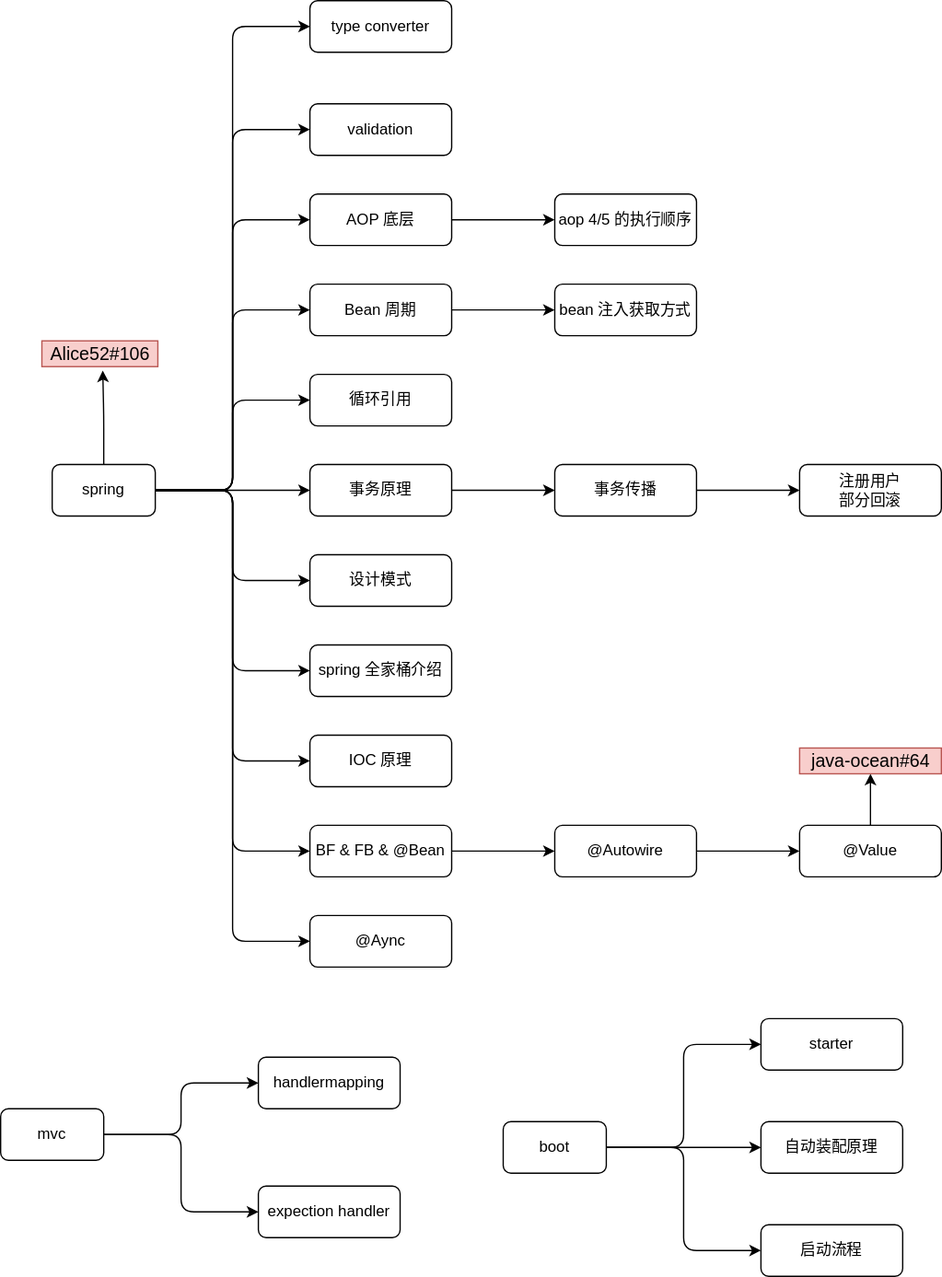
Alice52/diagrams keeps this draw.io diagram as diagrams/java/ee/00.overview.svg. Above is the earlier version. Source tidied: cells renumbered, new cells last; positions are measured from the earlier drawing's top-left corner, leaving out a move shared by most shapes. Source of this version:
```xml
<mxGraphModel>
  <root>
    <mxCell id="0" />
    <mxCell id="1" parent="0" />
    <mxCell id="2" style="edgeStyle=orthogonalEdgeStyle;rounded=1;jettySize=auto;html=1;entryX=0;entryY=0.5;entryDx=0;entryDy=0;" parent="1" edge="1" source="14" target="15">
      <mxGeometry relative="1" as="geometry" />
    </mxCell>
    <mxCell id="3" style="edgeStyle=orthogonalEdgeStyle;rounded=1;jettySize=auto;html=1;entryX=0;entryY=0.5;entryDx=0;entryDy=0;" parent="1" edge="1" source="14" target="16">
      <mxGeometry relative="1" as="geometry" />
    </mxCell>
    <mxCell id="4" style="edgeStyle=orthogonalEdgeStyle;rounded=1;jettySize=auto;html=1;entryX=0;entryY=0.5;entryDx=0;entryDy=0;" parent="1" edge="1" source="14" target="18">
      <mxGeometry relative="1" as="geometry" />
    </mxCell>
    <mxCell id="5" style="edgeStyle=orthogonalEdgeStyle;rounded=1;jettySize=auto;html=1;entryX=0;entryY=0.5;entryDx=0;entryDy=0;" parent="1" edge="1" source="14" target="20">
      <mxGeometry relative="1" as="geometry" />
    </mxCell>
    <mxCell id="6" style="edgeStyle=orthogonalEdgeStyle;rounded=1;jettySize=auto;html=1;entryX=0;entryY=0.5;entryDx=0;entryDy=0;" parent="1" edge="1" source="14" target="21">
      <mxGeometry relative="1" as="geometry" />
    </mxCell>
    <mxCell id="7" style="edgeStyle=orthogonalEdgeStyle;rounded=1;jettySize=auto;html=1;entryX=0;entryY=0.5;entryDx=0;entryDy=0;" parent="1" edge="1" source="14" target="23">
      <mxGeometry relative="1" as="geometry" />
    </mxCell>
    <mxCell id="8" style="edgeStyle=orthogonalEdgeStyle;rounded=1;jettySize=auto;html=1;entryX=0;entryY=0.5;entryDx=0;entryDy=0;" parent="1" edge="1" source="14" target="24">
      <mxGeometry relative="1" as="geometry" />
    </mxCell>
    <mxCell id="9" style="edgeStyle=orthogonalEdgeStyle;rounded=1;jettySize=auto;html=1;entryX=0;entryY=0.5;entryDx=0;entryDy=0;" parent="1" edge="1" source="14" target="25">
      <mxGeometry relative="1" as="geometry" />
    </mxCell>
    <mxCell id="10" style="edgeStyle=orthogonalEdgeStyle;rounded=1;jettySize=auto;html=1;entryX=0;entryY=0.5;entryDx=0;entryDy=0;" parent="1" edge="1" source="14" target="26">
      <mxGeometry relative="1" as="geometry" />
    </mxCell>
    <mxCell id="11" style="edgeStyle=orthogonalEdgeStyle;rounded=1;jettySize=auto;html=1;entryX=0;entryY=0.5;entryDx=0;entryDy=0;" parent="1" edge="1" source="14" target="28">
      <mxGeometry relative="1" as="geometry" />
    </mxCell>
    <mxCell id="12" style="edgeStyle=orthogonalEdgeStyle;rounded=1;jettySize=auto;html=1;entryX=0.525;entryY=1.15;entryDx=0;entryDy=0;entryPerimeter=0;" parent="1" edge="1" source="14" target="39">
      <mxGeometry relative="1" as="geometry" />
    </mxCell>
    <mxCell id="13" style="edgeStyle=orthogonalEdgeStyle;rounded=1;jettySize=auto;html=1;entryX=0;entryY=0.5;entryDx=0;entryDy=0;" parent="1" edge="1" source="14" target="40">
      <mxGeometry relative="1" as="geometry" />
    </mxCell>
    <mxCell id="14" value="spring" style="rounded=1;whiteSpace=wrap;html=1;" parent="1" vertex="1">
      <mxGeometry x="40" y="360" width="80" height="40" as="geometry" />
    </mxCell>
    <mxCell id="15" value="type converter" style="rounded=1;whiteSpace=wrap;html=1;" parent="1" vertex="1">
      <mxGeometry x="240" width="110" height="40" as="geometry" />
    </mxCell>
    <mxCell id="16" value="validation" style="rounded=1;whiteSpace=wrap;html=1;" parent="1" vertex="1">
      <mxGeometry x="240" y="80" width="110" height="40" as="geometry" />
    </mxCell>
    <mxCell id="17" style="edgeStyle=orthogonalEdgeStyle;rounded=1;jettySize=auto;html=1;" parent="1" edge="1" source="18" target="31">
      <mxGeometry relative="1" as="geometry" />
    </mxCell>
    <mxCell id="18" value="AOP 底层" style="rounded=1;whiteSpace=wrap;html=1;" parent="1" vertex="1">
      <mxGeometry x="240" y="150" width="110" height="40" as="geometry" />
    </mxCell>
    <mxCell id="19" style="edgeStyle=orthogonalEdgeStyle;rounded=0;jettySize=auto;html=1;" parent="1" edge="1" source="20" target="41">
      <mxGeometry relative="1" as="geometry" />
    </mxCell>
    <mxCell id="20" value="Bean 周期" style="rounded=1;whiteSpace=wrap;html=1;" parent="1" vertex="1">
      <mxGeometry x="240" y="220" width="110" height="40" as="geometry" />
    </mxCell>
    <mxCell id="21" value="循环引用" style="rounded=1;whiteSpace=wrap;html=1;" parent="1" vertex="1">
      <mxGeometry x="240" y="290" width="110" height="40" as="geometry" />
    </mxCell>
    <mxCell id="22" style="edgeStyle=orthogonalEdgeStyle;rounded=0;jettySize=auto;html=1;" parent="1" edge="1" source="23" target="30">
      <mxGeometry relative="1" as="geometry" />
    </mxCell>
    <mxCell id="23" value="事务原理" style="rounded=1;whiteSpace=wrap;html=1;" parent="1" vertex="1">
      <mxGeometry x="240" y="360" width="110" height="40" as="geometry" />
    </mxCell>
    <mxCell id="24" value="设计模式" style="rounded=1;whiteSpace=wrap;html=1;" parent="1" vertex="1">
      <mxGeometry x="240" y="430" width="110" height="40" as="geometry" />
    </mxCell>
    <mxCell id="25" value="spring 全家桶介绍" style="rounded=1;whiteSpace=wrap;html=1;" parent="1" vertex="1">
      <mxGeometry x="240" y="500" width="110" height="40" as="geometry" />
    </mxCell>
    <mxCell id="26" value="IOC 原理" style="rounded=1;whiteSpace=wrap;html=1;" parent="1" vertex="1">
      <mxGeometry x="240" y="570" width="110" height="40" as="geometry" />
    </mxCell>
    <mxCell id="27" style="edgeStyle=orthogonalEdgeStyle;rounded=0;jettySize=auto;html=1;" parent="1" edge="1" source="28" target="43">
      <mxGeometry relative="1" as="geometry" />
    </mxCell>
    <mxCell id="28" value="BF &amp;amp; FB &amp;amp; @Bean" style="rounded=1;whiteSpace=wrap;html=1;" parent="1" vertex="1">
      <mxGeometry x="240" y="640" width="110" height="40" as="geometry" />
    </mxCell>
    <mxCell id="29" style="edgeStyle=orthogonalEdgeStyle;rounded=1;jettySize=auto;html=1;" parent="1" edge="1" source="30" target="49">
      <mxGeometry relative="1" as="geometry" />
    </mxCell>
    <mxCell id="30" value="事务传播" style="rounded=1;whiteSpace=wrap;html=1;" parent="1" vertex="1">
      <mxGeometry x="430" y="360" width="110" height="40" as="geometry" />
    </mxCell>
    <mxCell id="31" value="aop 4/5 的执行顺序" style="rounded=1;whiteSpace=wrap;html=1;" parent="1" vertex="1">
      <mxGeometry x="430" y="150" width="110" height="40" as="geometry" />
    </mxCell>
    <mxCell id="32" style="edgeStyle=orthogonalEdgeStyle;rounded=1;jettySize=auto;html=1;entryX=0;entryY=0.5;entryDx=0;entryDy=0;" parent="1" edge="1" source="35" target="36">
      <mxGeometry relative="1" as="geometry" />
    </mxCell>
    <mxCell id="33" style="edgeStyle=orthogonalEdgeStyle;rounded=1;jettySize=auto;html=1;entryX=0;entryY=0.5;entryDx=0;entryDy=0;" parent="1" edge="1" source="35" target="37">
      <mxGeometry relative="1" as="geometry" />
    </mxCell>
    <mxCell id="34" style="edgeStyle=orthogonalEdgeStyle;rounded=1;jettySize=auto;html=1;entryX=0;entryY=0.5;entryDx=0;entryDy=0;" parent="1" edge="1" source="35" target="38">
      <mxGeometry relative="1" as="geometry" />
    </mxCell>
    <mxCell id="35" value="boot" style="rounded=1;whiteSpace=wrap;html=1;" parent="1" vertex="1">
      <mxGeometry x="390" y="870" width="80" height="40" as="geometry" />
    </mxCell>
    <mxCell id="36" value="starter" style="rounded=1;whiteSpace=wrap;html=1;" parent="1" vertex="1">
      <mxGeometry x="590" y="790" width="110" height="40" as="geometry" />
    </mxCell>
    <mxCell id="37" value="自动装配原理" style="rounded=1;whiteSpace=wrap;html=1;" parent="1" vertex="1">
      <mxGeometry x="590" y="870" width="110" height="40" as="geometry" />
    </mxCell>
    <mxCell id="38" value="启动流程" style="rounded=1;whiteSpace=wrap;html=1;" parent="1" vertex="1">
      <mxGeometry x="590" y="950" width="110" height="40" as="geometry" />
    </mxCell>
    <mxCell id="39" value="&lt;font style=&quot;font-size: 14px&quot;&gt;Alice52#106&lt;/font&gt;" style="text;html=1;align=center;verticalAlign=middle;points=[];strokeColor=#b85450;fillColor=#f8cecc;" parent="1" vertex="1">
      <mxGeometry x="32" y="264" width="90" height="20" as="geometry" />
    </mxCell>
    <mxCell id="40" value="@Aync" style="rounded=1;whiteSpace=wrap;html=1;" parent="1" vertex="1">
      <mxGeometry x="240" y="710" width="110" height="40" as="geometry" />
    </mxCell>
    <mxCell id="41" value="bean 注入获取方式" style="rounded=1;whiteSpace=wrap;html=1;" parent="1" vertex="1">
      <mxGeometry x="430" y="220" width="110" height="40" as="geometry" />
    </mxCell>
    <mxCell id="42" style="edgeStyle=orthogonalEdgeStyle;rounded=1;jettySize=auto;html=1;" parent="1" edge="1" source="43" target="51">
      <mxGeometry relative="1" as="geometry" />
    </mxCell>
    <mxCell id="43" value="@Autowire&amp;nbsp;" style="rounded=1;whiteSpace=wrap;html=1;" parent="1" vertex="1">
      <mxGeometry x="430" y="640" width="110" height="40" as="geometry" />
    </mxCell>
    <mxCell id="44" style="edgeStyle=orthogonalEdgeStyle;rounded=1;jettySize=auto;html=1;entryX=0;entryY=0.5;entryDx=0;entryDy=0;" parent="1" edge="1" source="46" target="47">
      <mxGeometry relative="1" as="geometry" />
    </mxCell>
    <mxCell id="45" style="edgeStyle=orthogonalEdgeStyle;rounded=1;jettySize=auto;html=1;entryX=0;entryY=0.5;entryDx=0;entryDy=0;" parent="1" edge="1" source="46" target="48">
      <mxGeometry relative="1" as="geometry" />
    </mxCell>
    <mxCell id="46" value="mvc" style="rounded=1;whiteSpace=wrap;html=1;" parent="1" vertex="1">
      <mxGeometry y="860" width="80" height="40" as="geometry" />
    </mxCell>
    <mxCell id="47" value="handlermapping" style="rounded=1;whiteSpace=wrap;html=1;" parent="1" vertex="1">
      <mxGeometry x="200" y="820" width="110" height="40" as="geometry" />
    </mxCell>
    <mxCell id="48" value="expection handler" style="rounded=1;whiteSpace=wrap;html=1;" parent="1" vertex="1">
      <mxGeometry x="200" y="920" width="110" height="40" as="geometry" />
    </mxCell>
    <mxCell id="49" value="注册用户&lt;br&gt;部分回滚" style="rounded=1;whiteSpace=wrap;html=1;" parent="1" vertex="1">
      <mxGeometry x="620" y="360" width="110" height="40" as="geometry" />
    </mxCell>
    <mxCell id="50" style="edgeStyle=orthogonalEdgeStyle;rounded=1;jettySize=auto;html=1;" parent="1" edge="1" source="51" target="52">
      <mxGeometry relative="1" as="geometry" />
    </mxCell>
    <mxCell id="51" value="@Value" style="rounded=1;whiteSpace=wrap;html=1;" parent="1" vertex="1">
      <mxGeometry x="620" y="640" width="110" height="40" as="geometry" />
    </mxCell>
    <mxCell id="52" value="&lt;font style=&quot;font-size: 14px&quot;&gt;java-ocean#64&lt;/font&gt;" style="text;html=1;align=center;verticalAlign=middle;points=[];strokeColor=#b85450;fillColor=#f8cecc;" parent="1" vertex="1">
      <mxGeometry x="620" y="580" width="110" height="20" as="geometry" />
    </mxCell>
  </root>
</mxGraphModel>
```
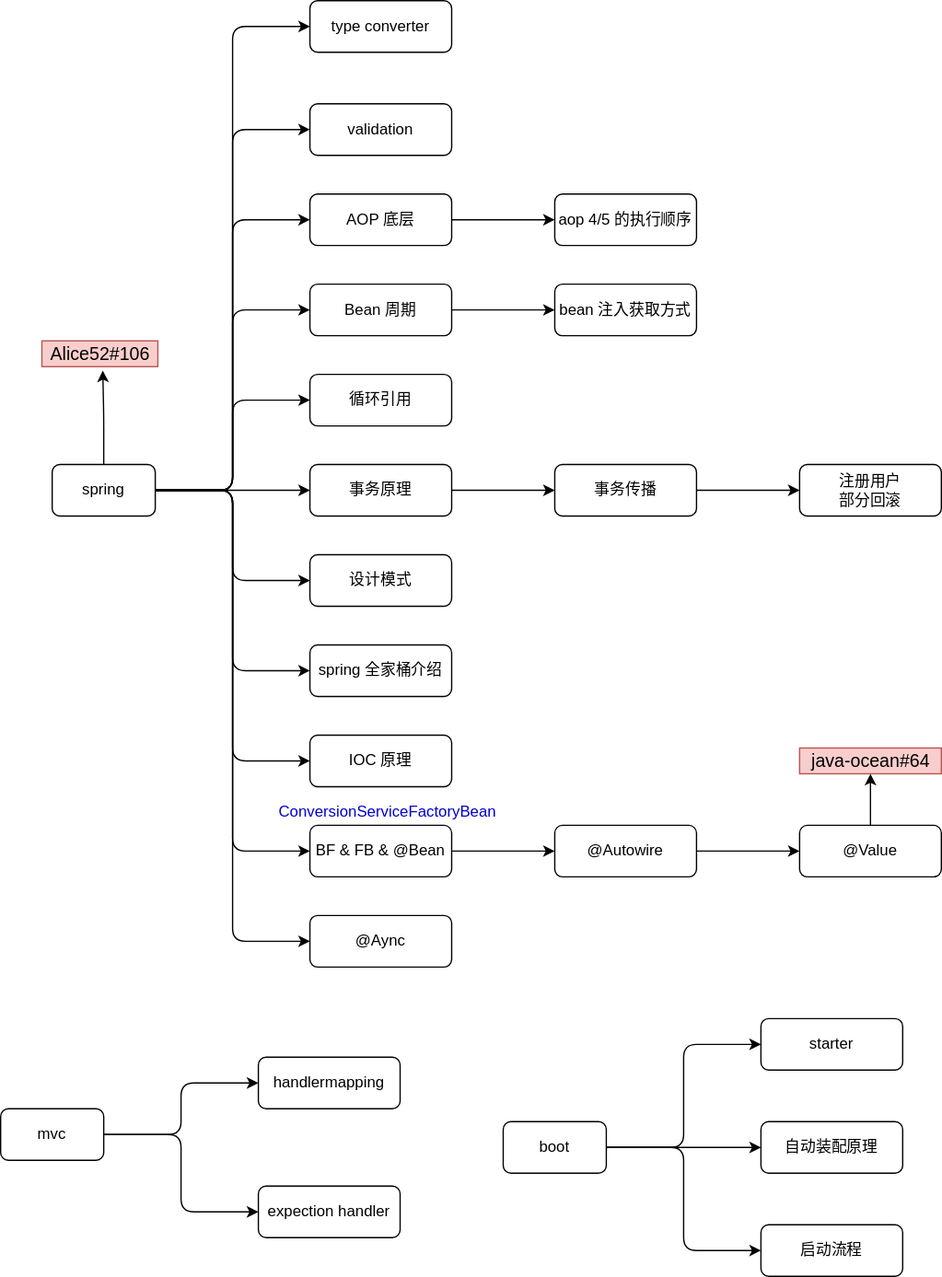
After the commit.

Commit message:
spring: refine type converter

Diff of the diagram source:
```diff
@@ -155,5 +155,8 @@
     <mxCell id="52" value="&lt;font style=&quot;font-size: 14px&quot;&gt;java-ocean#64&lt;/font&gt;" style="text;html=1;align=center;verticalAlign=middle;points=[];strokeColor=#b85450;fillColor=#f8cecc;" parent="1" vertex="1">
       <mxGeometry x="620" y="580" width="110" height="20" as="geometry" />
     </mxCell>
+    <mxCell id="53" value="&lt;font color=&quot;#0000cc&quot;&gt;ConversionServiceFactoryBean&lt;/font&gt;" style="text;html=1;align=center;verticalAlign=middle;strokeColor=none;" parent="1" vertex="1">
+      <mxGeometry x="210" y="620" width="180" height="20" as="geometry" />
+    </mxCell>
   </root>
 </mxGraphModel>
```
